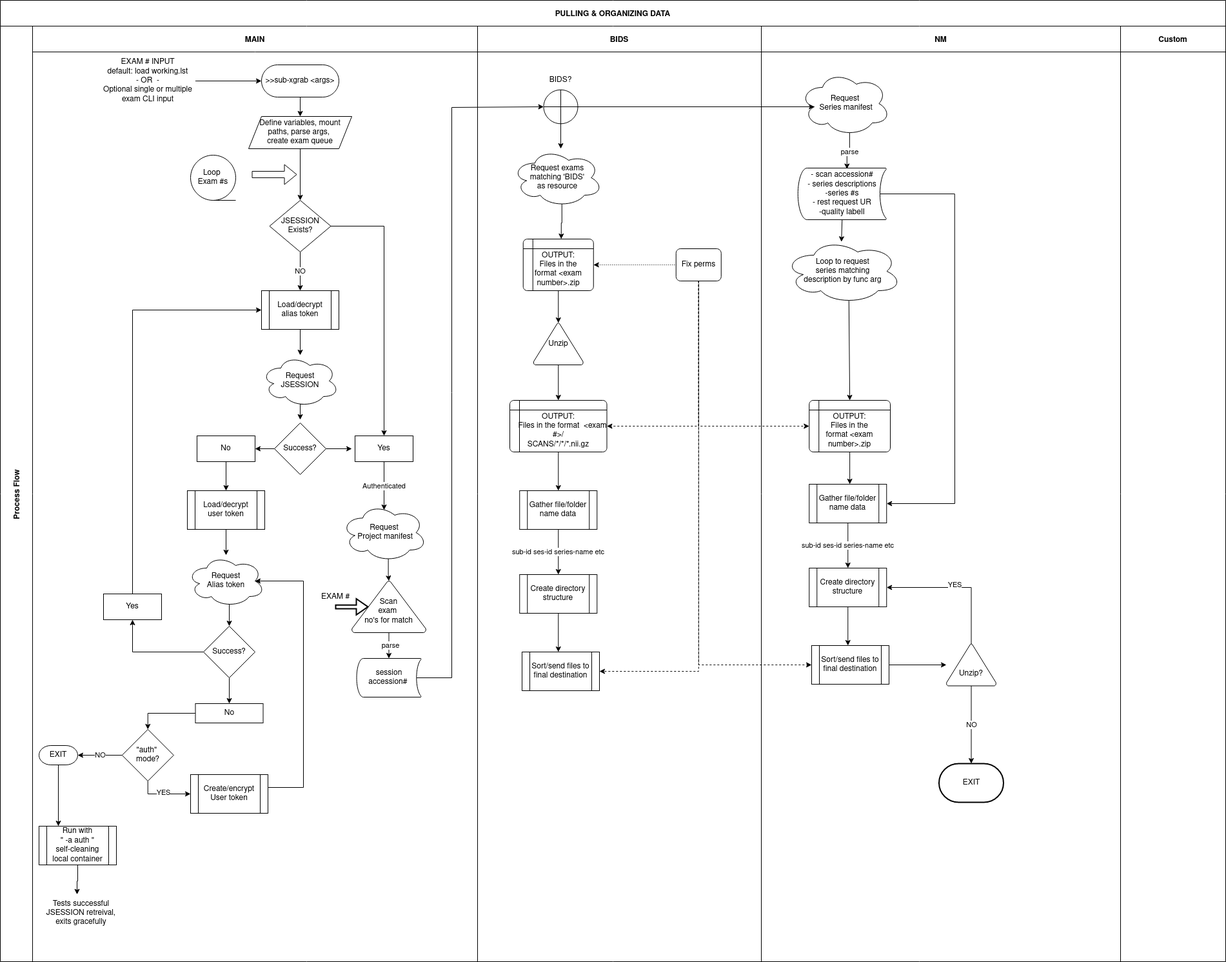
Above: process_flow_diagram.png in jackgray/xnat2bids (draw.io), before the change. Source tidied: cells renumbered, new cells last; positions are measured from the earlier drawing's top-left corner, leaving out a move shared by most shapes.
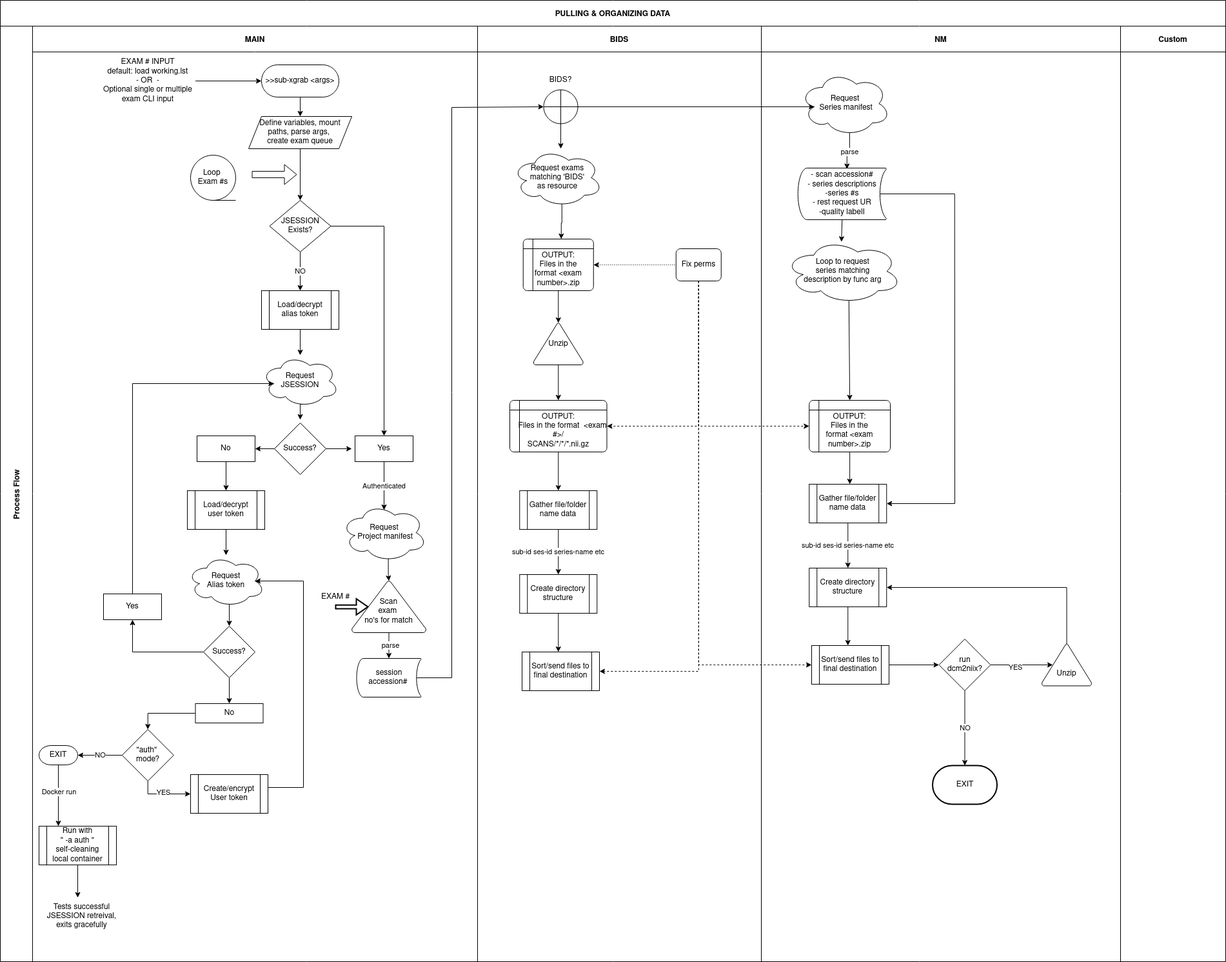
Later version of the same file.

Diff of the diagram source:
```diff
@@ -83,8 +83,12 @@
     <mxCell id="26" value="Yes" style="rounded=0;whiteSpace=wrap;html=1;" parent="4" vertex="1">
       <mxGeometry x="500" y="635" width="90" height="40" as="geometry" />
     </mxCell>
-    <mxCell id="27" style="edgeStyle=orthogonalEdgeStyle;rounded=0;jettySize=auto;html=1;exitX=0.5;exitY=0;exitDx=0;exitDy=0;entryX=0;entryY=0.5;entryDx=0;entryDy=0;" parent="4" edge="1" source="28" target="10">
-      <mxGeometry relative="1" as="geometry" />
+    <mxCell id="27" style="edgeStyle=orthogonalEdgeStyle;rounded=0;jettySize=auto;html=1;exitX=0.5;exitY=0;exitDx=0;exitDy=0;entryX=0.16;entryY=0.55;entryDx=0;entryDy=0;entryPerimeter=0;" parent="4" edge="1" source="28" target="12">
+      <mxGeometry relative="1" as="geometry">
+        <Array as="points">
+          <mxPoint x="155" y="554" />
+        </Array>
+      </mxGeometry>
     </mxCell>
     <mxCell id="28" value="Yes" style="rounded=0;whiteSpace=wrap;html=1;" parent="4" vertex="1">
       <mxGeometry x="110" y="880" width="90" height="40" as="geometry" />
@@ -171,6 +175,9 @@
     <mxCell id="52" style="edgeStyle=orthogonalEdgeStyle;rounded=0;jettySize=auto;html=1;exitX=0.5;exitY=1;exitDx=0;exitDy=0;exitPerimeter=0;entryX=0.25;entryY=0;entryDx=0;entryDy=0;endArrow=classic;endFill=1;" parent="4" edge="1" source="53" target="55">
       <mxGeometry relative="1" as="geometry" />
     </mxCell>
+    <mxCell id="104" value="Docker run" style="edgeLabel;html=1;align=center;verticalAlign=middle;" parent="52" vertex="1">
+      <mxGeometry x="-0.14" relative="1" as="geometry" />
+    </mxCell>
     <mxCell id="53" value="EXIT" style="strokeWidth=1;html=1;shape=mxgraph.flowchart.terminator;whiteSpace=wrap;" parent="4" vertex="1">
       <mxGeometry x="10" y="1115" width="60" height="30" as="geometry" />
     </mxCell>
@@ -181,7 +188,7 @@
       <mxGeometry x="10" y="1240" width="120" height="60" as="geometry" />
     </mxCell>
     <mxCell id="56" value="Tests successful&lt;br&gt;&lt;div&gt;JSESSION&amp;nbsp;retreival,&lt;/div&gt;&lt;div&gt;exits gracefully&lt;/div&gt;" style="text;html=1;align=center;verticalAlign=middle;points=[];strokeColor=none;fillColor=none;" parent="4" vertex="1">
-      <mxGeometry x="15" y="1350" width="120" height="50" as="geometry" />
+      <mxGeometry x="16" y="1355" width="120" height="50" as="geometry" />
     </mxCell>
     <mxCell id="57" value="BIDS" style="swimlane;swimlaneHead=0;swimlaneBody=0;fillColor=none;startSize=40;fontStyle=1;" parent="3" vertex="1">
       <mxGeometry x="740" width="440" height="1450" as="geometry" />
@@ -237,7 +244,7 @@
     <mxCell id="72" style="edgeStyle=orthogonalEdgeStyle;rounded=0;jettySize=auto;html=1;exitX=0.5;exitY=1;exitDx=0;exitDy=0;entryX=1;entryY=0.5;entryDx=0;entryDy=0;dashed=1;" parent="57" edge="1" source="74" target="70">
       <mxGeometry relative="1" as="geometry" />
     </mxCell>
-    <mxCell id="73" style="edgeStyle=orthogonalEdgeStyle;rounded=0;jettySize=auto;html=1;exitX=0.5;exitY=0;exitDx=0;exitDy=0;entryX=1;entryY=0.5;entryDx=0;entryDy=0;dashed=1;" parent="57" edge="1" source="74" target="68">
+    <mxCell id="73" style="edgeStyle=orthogonalEdgeStyle;rounded=0;jettySize=auto;html=1;exitX=0.5;exitY=1;exitDx=0;exitDy=0;entryX=1;entryY=0.5;entryDx=0;entryDy=0;dashed=1;" parent="57" edge="1" source="74" target="68">
       <mxGeometry relative="1" as="geometry">
         <Array as="points">
           <mxPoint x="343" y="1000" />
@@ -313,27 +320,38 @@
     <mxCell id="91" value="sub-id ses-id series-name etc" style="edgeStyle=orthogonalEdgeStyle;rounded=0;jettySize=auto;html=1;exitX=0.5;exitY=1;exitDx=0;exitDy=0;entryX=0.5;entryY=0;entryDx=0;entryDy=0;endArrow=classic;endFill=1;" parent="78" edge="1" source="88" target="90">
       <mxGeometry relative="1" as="geometry" />
     </mxCell>
-    <mxCell id="92" style="edgeStyle=orthogonalEdgeStyle;rounded=0;jettySize=auto;html=1;exitX=1;exitY=0.5;exitDx=0;exitDy=0;" parent="78" edge="1" source="93" target="97">
-      <mxGeometry relative="1" as="geometry" />
-    </mxCell>
+    <mxCell id="105" style="edgeStyle=orthogonalEdgeStyle;rounded=0;jettySize=auto;html=1;exitX=1;exitY=0.5;exitDx=0;exitDy=0;entryX=0;entryY=0.5;entryDx=0;entryDy=0;" parent="78" edge="1" source="93" target="107">
+      <mxGeometry relative="1" as="geometry" />
+    </mxCell>
     <mxCell id="93" value="Sort/send files to final&amp;nbsp;destination" style="shape=process;whiteSpace=wrap;html=1;backgroundOutline=1;" parent="78" vertex="1">
       <mxGeometry x="78" y="960" width="120" height="60" as="geometry" />
     </mxCell>
     <mxCell id="94" style="edgeStyle=orthogonalEdgeStyle;rounded=0;jettySize=auto;html=1;exitX=0.5;exitY=0;exitDx=0;exitDy=0;exitPerimeter=0;entryX=1;entryY=0.5;entryDx=0;entryDy=0;" parent="78" edge="1" source="97" target="90">
       <mxGeometry relative="1" as="geometry" />
     </mxCell>
-    <mxCell id="95" value="YES" style="edgeLabel;html=1;align=center;verticalAlign=middle;" parent="94" vertex="1">
-      <mxGeometry x="0.04" y="-5" relative="1" as="geometry" />
-    </mxCell>
-    <mxCell id="96" value="NO" style="edgeStyle=orthogonalEdgeStyle;rounded=0;jettySize=auto;html=1;exitX=0.5;exitY=1;exitDx=0;exitDy=0;exitPerimeter=0;" parent="78" edge="1" source="97" target="98">
-      <mxGeometry relative="1" as="geometry" />
-    </mxCell>
-    <mxCell id="97" value="&lt;div&gt;&lt;br&gt;&lt;/div&gt;&lt;div&gt;&lt;br&gt;&lt;/div&gt;&lt;div&gt;Unzip?&lt;/div&gt;" style="strokeWidth=1;html=1;shape=mxgraph.flowchart.extract_or_measurement;whiteSpace=wrap;" parent="78" vertex="1">
-      <mxGeometry x="287" y="957.5" width="77" height="65" as="geometry" />
+    <mxCell id="97" value="&lt;div&gt;&lt;br&gt;&lt;/div&gt;&lt;div&gt;&lt;br&gt;&lt;/div&gt;&lt;div&gt;Unzip&lt;/div&gt;" style="strokeWidth=1;html=1;shape=mxgraph.flowchart.extract_or_measurement;whiteSpace=wrap;" parent="78" vertex="1">
+      <mxGeometry x="435" y="957.5" width="77" height="65" as="geometry" />
     </mxCell>
     <mxCell id="98" value="EXIT" style="strokeWidth=2;html=1;shape=mxgraph.flowchart.terminator;whiteSpace=wrap;" parent="78" vertex="1">
-      <mxGeometry x="275.5" y="1143" width="100" height="60" as="geometry" />
+      <mxGeometry x="265.5" y="1146" width="100" height="60" as="geometry" />
     </mxCell>
+    <mxCell id="96" value="NO" style="edgeStyle=orthogonalEdgeStyle;rounded=0;jettySize=auto;html=1;exitX=0.5;exitY=1;exitDx=0;exitDy=0;" parent="78" edge="1" source="107" target="98">
+      <mxGeometry relative="1" as="geometry" />
+    </mxCell>
+    <mxCell id="106" style="edgeStyle=orthogonalEdgeStyle;rounded=0;jettySize=auto;html=1;exitX=1;exitY=0.5;exitDx=0;exitDy=0;entryX=0.22;entryY=0.5;entryDx=0;entryDy=0;entryPerimeter=0;" parent="78" edge="1" source="107" target="97">
+      <mxGeometry relative="1" as="geometry">
+        <Array as="points">
+          <mxPoint x="394" y="990" />
+          <mxPoint x="394" y="990" />
+        </Array>
+      </mxGeometry>
+    </mxCell>
+    <mxCell id="95" value="YES" style="edgeLabel;html=1;align=center;verticalAlign=middle;" parent="106" vertex="1">
+      <mxGeometry x="-0.22" y="-3" relative="1" as="geometry" />
+    </mxCell>
+    <mxCell id="107" value="&lt;div&gt;run &lt;br&gt;&lt;/div&gt;&lt;div&gt;dcm2niix?&lt;/div&gt;" style="rhombus;whiteSpace=wrap;html=1;" parent="78" vertex="1">
+      <mxGeometry x="275.5" y="950" width="80" height="80" as="geometry" />
+    </mxCell>
     <mxCell id="99" value="Custom" style="swimlane;swimlaneHead=0;swimlaneBody=0;fillColor=none;startSize=40;fontStyle=1;" parent="3" vertex="1">
       <mxGeometry x="1737" width="163" height="1450" as="geometry" />
     </mxCell>
```
